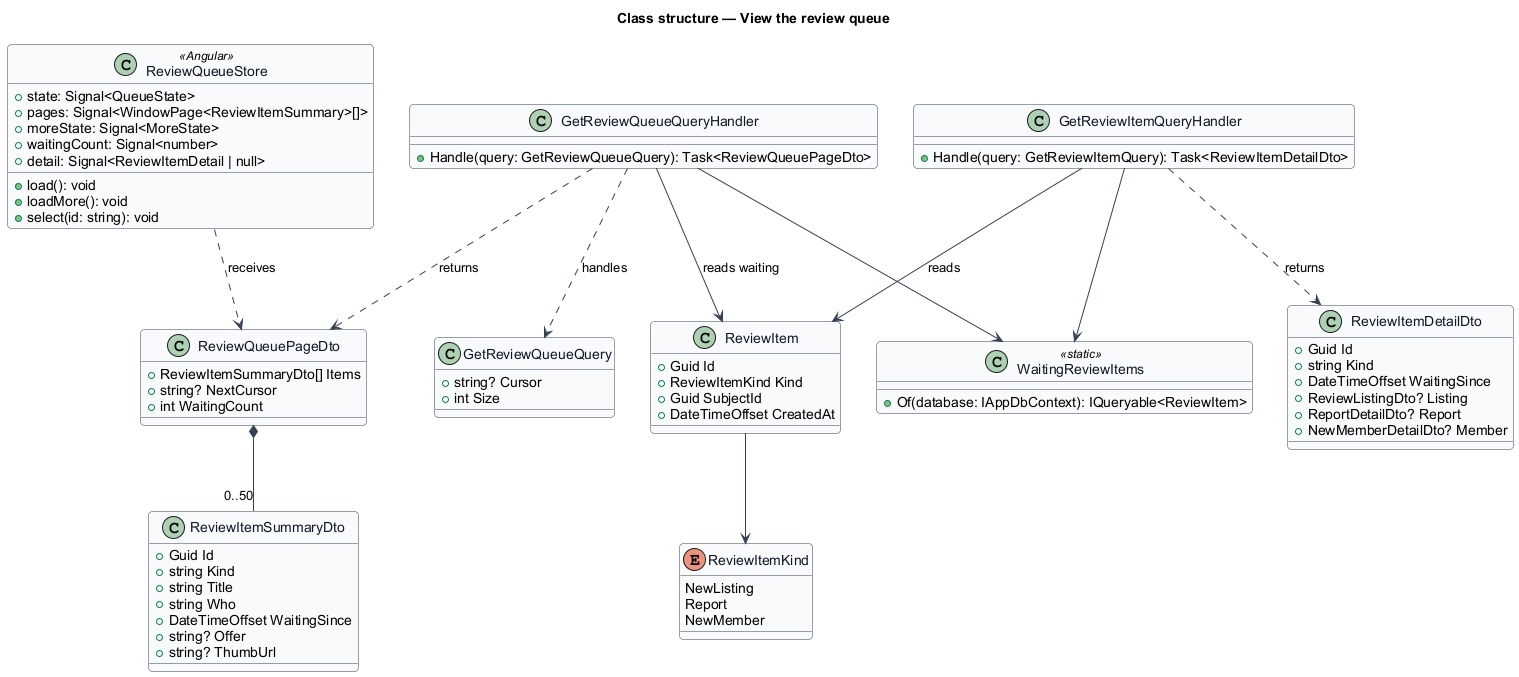
The PlantUML diagram docs/detailed-designs/review/view-review-queue/diagrams/class-structure.png in QuinntyneBrown/christian-rent, before a commit.
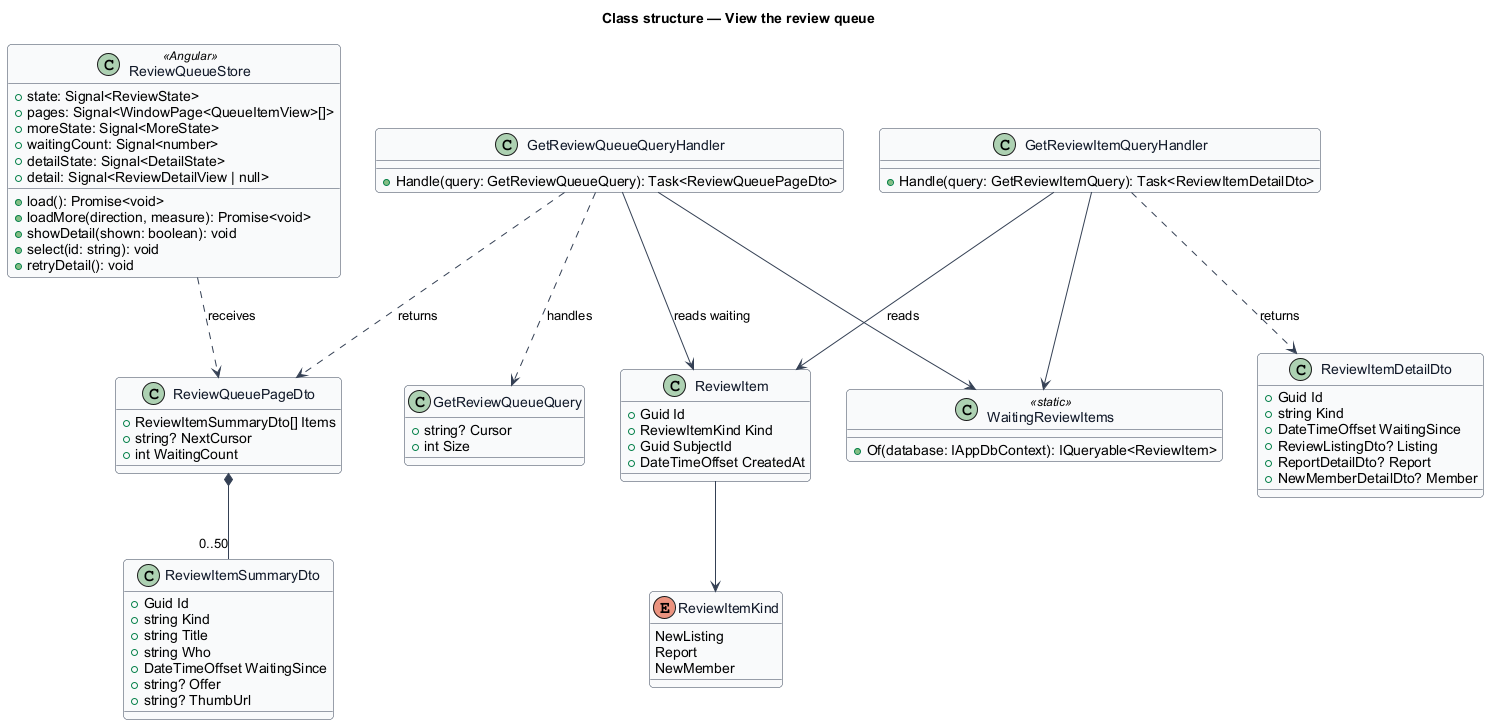
After the commit.

Change to the diagram source:
```diff
@@ -55,14 +55,17 @@
   +NewMemberDetailDto? Member
 }
 class ReviewQueueStore <<Angular>> {
-  +state: Signal<QueueState>
-  +pages: Signal<WindowPage<ReviewItemSummary>[]>
+  +state: Signal<ReviewState>
+  +pages: Signal<WindowPage<QueueItemView>[]>
   +moreState: Signal<MoreState>
   +waitingCount: Signal<number>
-  +detail: Signal<ReviewItemDetail | null>
-  +load(): void
-  +loadMore(): void
+  +detailState: Signal<DetailState>
+  +detail: Signal<ReviewDetailView | null>
+  +load(): Promise<void>
+  +loadMore(direction, measure): Promise<void>
+  +showDetail(shown: boolean): void
   +select(id: string): void
+  +retryDetail(): void
 }
 class WaitingReviewItems <<static>> {
   +Of(database: IAppDbContext): IQueryable<ReviewItem>
```
